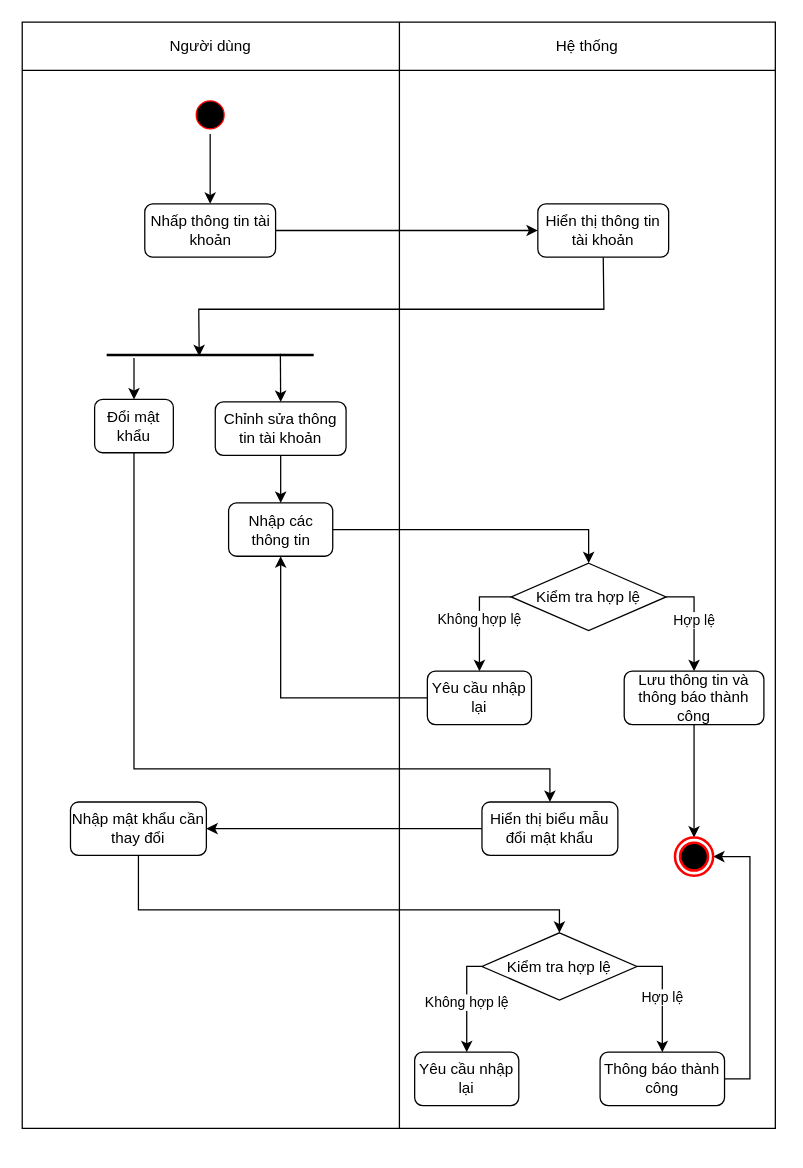
This is page "Quản lý tài khoản" (2 of 16) of activity-diagram (1).drawio from Boorng/DATN, a draw.io file, before an edit. Source tidied: cells renumbered, new cells numbered last; positions are measured from the earlier drawing's top-left corner, leaving out a move shared by most shapes. Both pictures are drawn from the tidied source at 127%, with x=0, y=0 at pixel (22, 22).
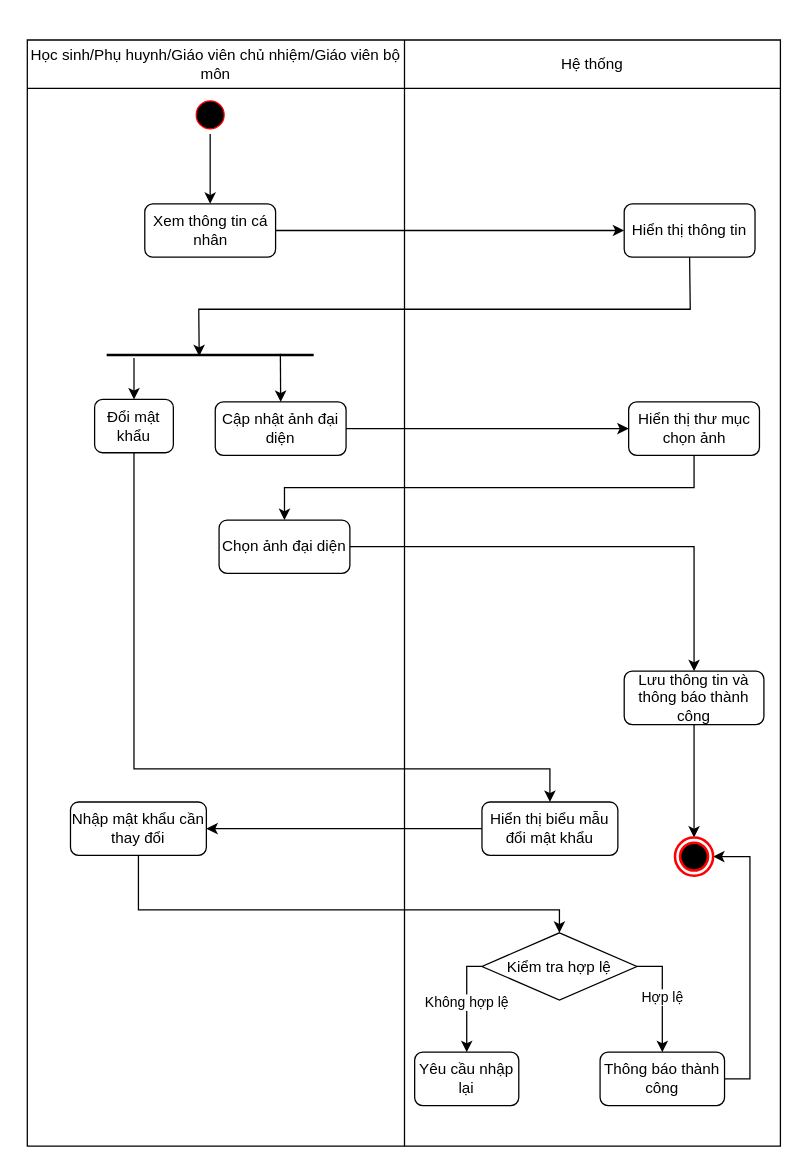
The same diagram, later.

The change refers to these unchanged cells:
```xml
<mxCell id="3" style="shape=tableRow;horizontal=0;startSize=0;swimlaneHead=0;swimlaneBody=0;top=0;left=0;bottom=0;right=0;fillColor=none;" parent="2" vertex="1">
  <mxGeometry width="593" height="38" as="geometry" />
</mxCell>
<mxCell id="26" value="Lưu thông tin và thông báo thành công" style="rounded=1;whiteSpace=wrap;html=1;" parent="1" vertex="1">
  <mxGeometry x="474" y="511" width="110" height="42" as="geometry" />
</mxCell>
<mxCell id="38" style="line;strokeWidth=2;fillColor=none;align=left;verticalAlign=middle;spacingTop=-1;spacingLeft=3;spacingRight=3;labelPosition=right;points=[];portConstraint=eastwest;strokeColor=inherit;" parent="1" vertex="1">
  <mxGeometry x="66.5" y="258" width="163" height="8" as="geometry" />
</mxCell>
```

Diff of the diagram source:
```diff
@@
     <mxCell id="2" style="shape=table;startSize=0;childLayout=tableLayout;" parent="1" vertex="1">
-      <mxGeometry width="593" height="871" as="geometry" />
+      <mxGeometry x="4" y="14" width="593" height="871" as="geometry" />
     </mxCell>
@@
-    <mxCell id="4" value="Người dùng" style="shape=partialRectangle;html=1;whiteSpace=wrap;overflow=hidden;fillColor=none;top=0;left=0;bottom=0;right=0;" parent="3" vertex="1">
+    <mxCell id="4" value="Học sinh/Phụ huynh/Giáo viên chủ nhiệm/Giáo viên bộ môn" style="shape=partialRectangle;html=1;whiteSpace=wrap;overflow=hidden;fillColor=none;top=0;left=0;bottom=0;right=0;" parent="3" vertex="1">
       <mxGeometry width="297" height="38" as="geometry" />
     </mxCell>
@@
-    <mxCell id="12" value="Nhấp thông tin tài khoản" style="rounded=1;whiteSpace=wrap;html=1;" parent="1" vertex="1">
+    <mxCell id="12" value="Xem thông tin cá nhân" style="rounded=1;whiteSpace=wrap;html=1;" parent="1" vertex="1">
       <mxGeometry x="96.5" y="143" width="103" height="42" as="geometry" />
     </mxCell>
-    <mxCell id="13" value="Hiển thị thông tin tài khoản" style="rounded=1;whiteSpace=wrap;html=1;" parent="1" vertex="1">
-      <mxGeometry x="406" y="143" width="103" height="42" as="geometry" />
+    <mxCell id="13" value="Hiển thị thông tin" style="rounded=1;whiteSpace=wrap;html=1;" parent="1" vertex="1">
+      <mxGeometry x="474" y="143" width="103" height="42" as="geometry" />
     </mxCell>
@@
-    <mxCell id="16" style="edgeStyle=orthogonalEdgeStyle;rounded=0;jettySize=auto;html=1;exitX=0.5;exitY=1;exitDx=0;exitDy=0;entryX=0.5;entryY=0;entryDx=0;entryDy=0;" parent="1" edge="1" source="17" target="19">
-      <mxGeometry relative="1" as="geometry" />
-    </mxCell>
+    <mxCell id="43" style="edgeStyle=orthogonalEdgeStyle;rounded=0;jettySize=auto;html=1;exitX=1;exitY=0.5;exitDx=0;exitDy=0;entryX=0;entryY=0.5;entryDx=0;entryDy=0;" parent="1" edge="1" source="17" target="45">
+      <mxGeometry relative="1" as="geometry" />
+    </mxCell>
-    <mxCell id="17" value="Chỉnh sửa thông tin tài khoản" style="rounded=1;whiteSpace=wrap;html=1;" parent="1" vertex="1">
+    <mxCell id="17" value="Cập nhật ảnh đại diện" style="rounded=1;whiteSpace=wrap;html=1;" parent="1" vertex="1">
       <mxGeometry x="152" y="299" width="103" height="42" as="geometry" />
     </mxCell>
-    <mxCell id="18" style="edgeStyle=orthogonalEdgeStyle;rounded=0;jettySize=auto;html=1;exitX=1;exitY=0.5;exitDx=0;exitDy=0;" parent="1" edge="1" source="19" target="22">
-      <mxGeometry relative="1" as="geometry" />
-    </mxCell>
-    <mxCell id="19" value="Nhập các thông tin" style="rounded=1;whiteSpace=wrap;html=1;" parent="1" vertex="1">
-      <mxGeometry x="162.5" y="378.5" width="82" height="42" as="geometry" />
-    </mxCell>
-    <mxCell id="20" value="Không hợp lệ" style="edgeStyle=orthogonalEdgeStyle;rounded=0;jettySize=auto;html=1;exitX=0;exitY=0.5;exitDx=0;exitDy=0;entryX=0.5;entryY=0;entryDx=0;entryDy=0;" parent="1" edge="1" source="22" target="24">
-      <mxGeometry relative="1" as="geometry" />
-    </mxCell>
-    <mxCell id="21" value="Hợp lệ" style="edgeStyle=orthogonalEdgeStyle;rounded=0;jettySize=auto;html=1;exitX=1;exitY=0.5;exitDx=0;exitDy=0;entryX=0.5;entryY=0;entryDx=0;entryDy=0;" parent="1" edge="1" source="22" target="26">
-      <mxGeometry relative="1" as="geometry" />
-    </mxCell>
-    <mxCell id="22" value="Kiểm tra hợp lệ" style="rhombus;whiteSpace=wrap;html=1;" parent="1" vertex="1">
-      <mxGeometry x="385" y="426" width="122" height="53" as="geometry" />
-    </mxCell>
-    <mxCell id="23" style="edgeStyle=orthogonalEdgeStyle;rounded=0;jettySize=auto;html=1;exitX=0;exitY=0.5;exitDx=0;exitDy=0;entryX=0.5;entryY=1;entryDx=0;entryDy=0;" parent="1" edge="1" source="24" target="19">
-      <mxGeometry relative="1" as="geometry" />
-    </mxCell>
-    <mxCell id="24" value="Yêu cầu nhập lại" style="rounded=1;whiteSpace=wrap;html=1;" parent="1" vertex="1">
-      <mxGeometry x="319" y="511" width="82" height="42" as="geometry" />
-    </mxCell>
@@
     <mxCell id="39" style="endArrow=classic;html=1;rounded=0;exitX=0.5;exitY=1;exitDx=0;exitDy=0;entryX=0.447;entryY=0.625;entryDx=0;entryDy=0;entryPerimeter=0;" parent="1" edge="1" source="13" target="38">
       <mxGeometry relative="1" as="geometry">
         <Array as="points">
-          <mxPoint x="458" y="226" />
+          <mxPoint x="526" y="226" />
           <mxPoint x="139" y="226" />
         </Array>
       </mxGeometry>
     </mxCell>
@@
+    <mxCell id="44" style="edgeStyle=orthogonalEdgeStyle;rounded=0;jettySize=auto;html=1;exitX=0.5;exitY=1;exitDx=0;exitDy=0;entryX=0.5;entryY=0;entryDx=0;entryDy=0;" parent="1" edge="1" source="45" target="47">
+      <mxGeometry relative="1" as="geometry" />
+    </mxCell>
+    <mxCell id="45" value="Hiển thị thư mục chọn ảnh" style="rounded=1;whiteSpace=wrap;html=1;" parent="1" vertex="1">
+      <mxGeometry x="477.5" y="299" width="103" height="42" as="geometry" />
+    </mxCell>
+    <mxCell id="46" style="edgeStyle=orthogonalEdgeStyle;rounded=0;jettySize=auto;html=1;exitX=1;exitY=0.5;exitDx=0;exitDy=0;entryX=0.5;entryY=0;entryDx=0;entryDy=0;" parent="1" edge="1" source="47" target="26">
+      <mxGeometry relative="1" as="geometry" />
+    </mxCell>
+    <mxCell id="47" value="Chọn ảnh đại diện" style="rounded=1;whiteSpace=wrap;html=1;" parent="1" vertex="1">
+      <mxGeometry x="155" y="392" width="103" height="42" as="geometry" />
+    </mxCell>
```
